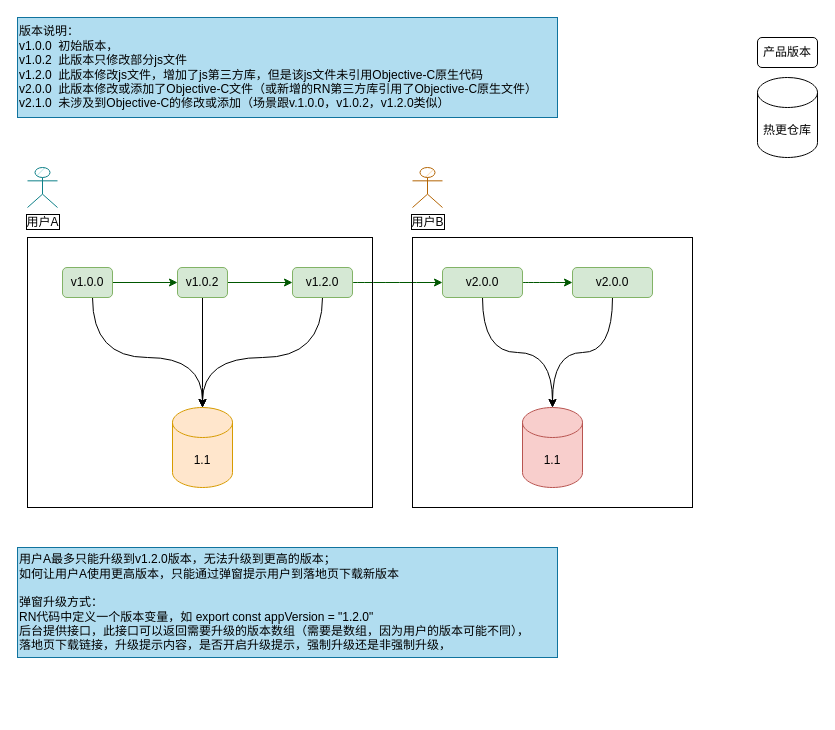
Before: Untitled Diagram.drawio in weekfox/temp-design, a draw.io diagram. Source tidied: cells renumbered, new cells numbered last; positions are measured from the earlier drawing's top-left corner, leaving out a move shared by most shapes. Both pictures are drawn from the tidied source at 100%, with x=0, y=0 at pixel (17, 17).
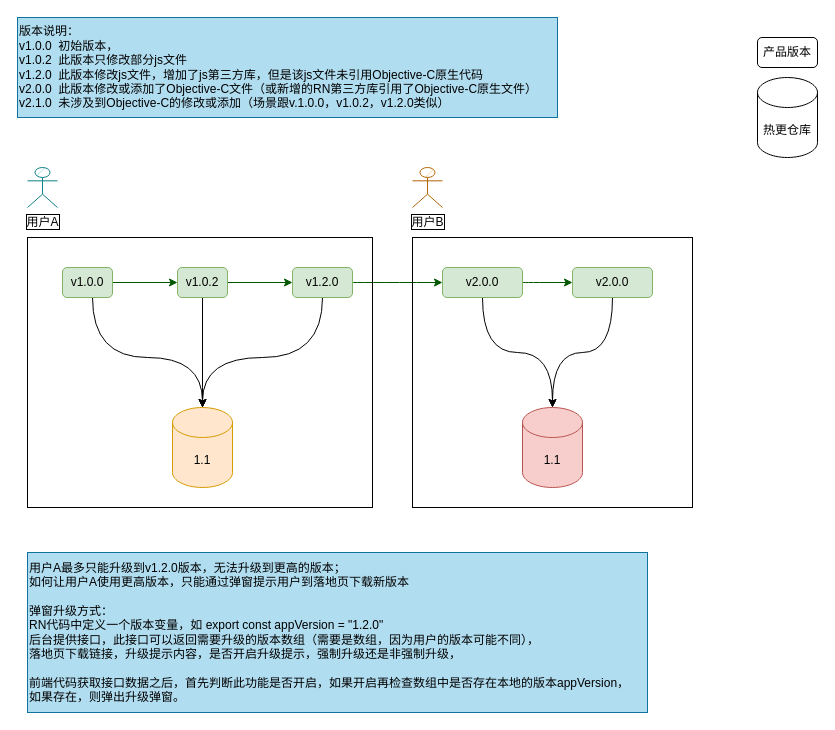
After the change.

Commit message:
修改部分内容

What changed in the source:
```diff
@@
-    <mxCell id="23" value="用户A最多只能升级到v1.2.0版本，无法升级到更高的版本；&lt;br&gt;如何让用户A使用更高版本，只能通过弹窗提示用户到落地页下载新版本&lt;br&gt;&lt;br&gt;弹窗升级方式：&lt;br&gt;RN代码中定义一个版本变量，如&amp;nbsp;export const appVersion = &quot;1.2.0&quot;&lt;br&gt;后台提供接口，此接口可以返回需要升级的版本数组（需要是数组，因为用户的版本可能不同），&lt;br&gt;落地页下载链接，升级提示内容，是否开启升级提示，强制升级还是非强制升级，" style="text;html=1;align=left;verticalAlign=middle;strokeColor=#10739e;fillColor=#b1ddf0;" parent="1" vertex="1">
-      <mxGeometry y="530" width="540" height="110" as="geometry" />
+    <mxCell id="23" value="用户A最多只能升级到v1.2.0版本，无法升级到更高的版本；&lt;br&gt;如何让用户A使用更高版本，只能通过弹窗提示用户到落地页下载新版本&lt;br&gt;&lt;br&gt;弹窗升级方式：&lt;br&gt;RN代码中定义一个版本变量，如&amp;nbsp;export const appVersion = &quot;1.2.0&quot;&lt;br&gt;后台提供接口，此接口可以返回需要升级的版本数组（需要是数组，因为用户的版本可能不同），&lt;br&gt;落地页下载链接，升级提示内容，是否开启升级提示，强制升级还是非强制升级，&lt;br&gt;&lt;br&gt;前端代码获取接口数据之后，首先判断此功能是否开启，如果开启再检查数组中是否存在本地的版本appVersion，&lt;br&gt;如果存在，则弹出升级弹窗。" style="text;html=1;align=left;verticalAlign=middle;strokeColor=#10739e;fillColor=#b1ddf0;" parent="1" vertex="1">
+      <mxGeometry x="10" y="535" width="620" height="160" as="geometry" />
     </mxCell>
```
